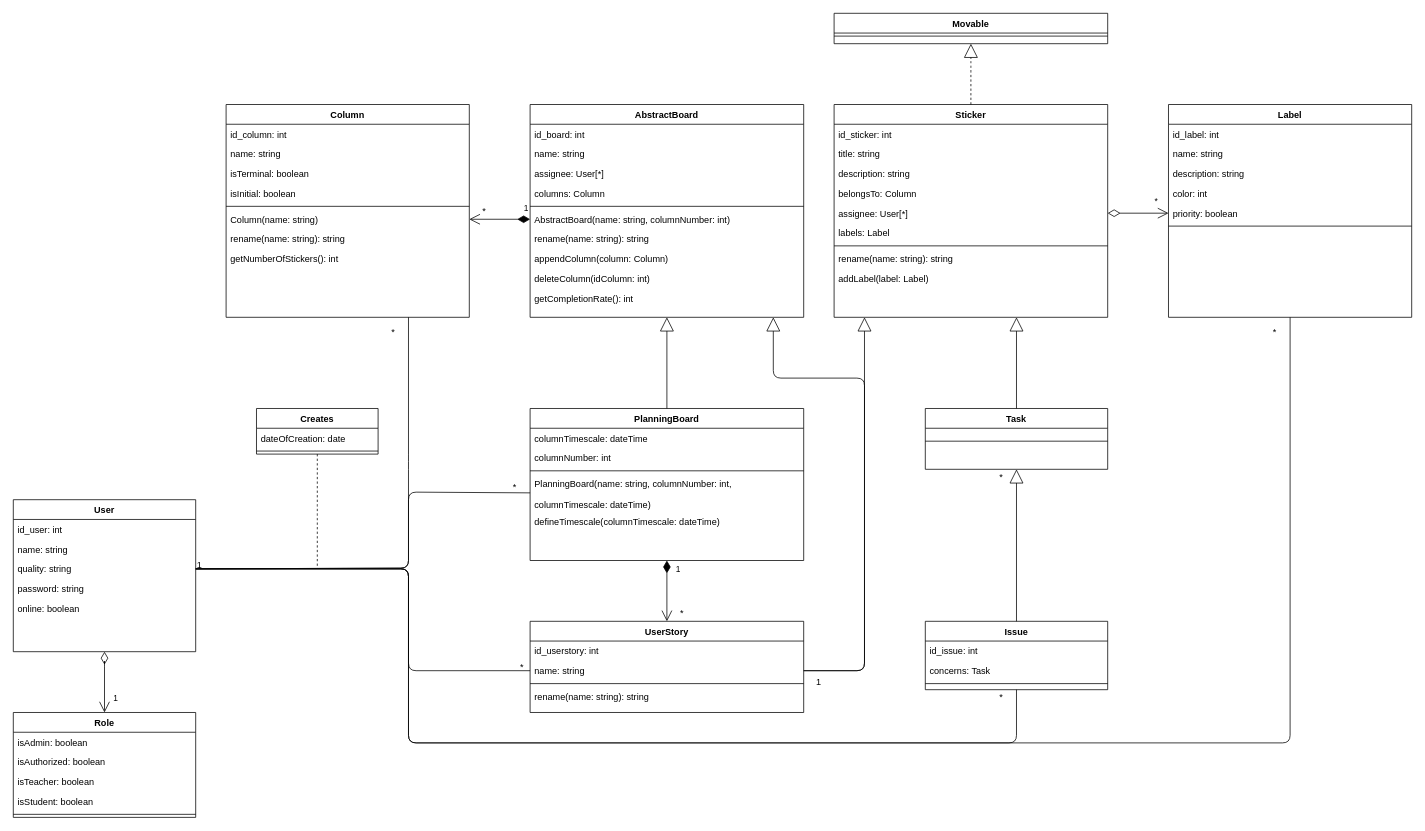
Above: Diagrams/Class Diagram.drawio in RedaPengam/Boardy (draw.io), before the change. Source tidied: cells renumbered, new cells numbered last; positions are measured from the earlier drawing's top-left corner, leaving out a move shared by most shapes. Both pictures are drawn from the tidied source at 76%, with x=0, y=0 at pixel (13, 13).
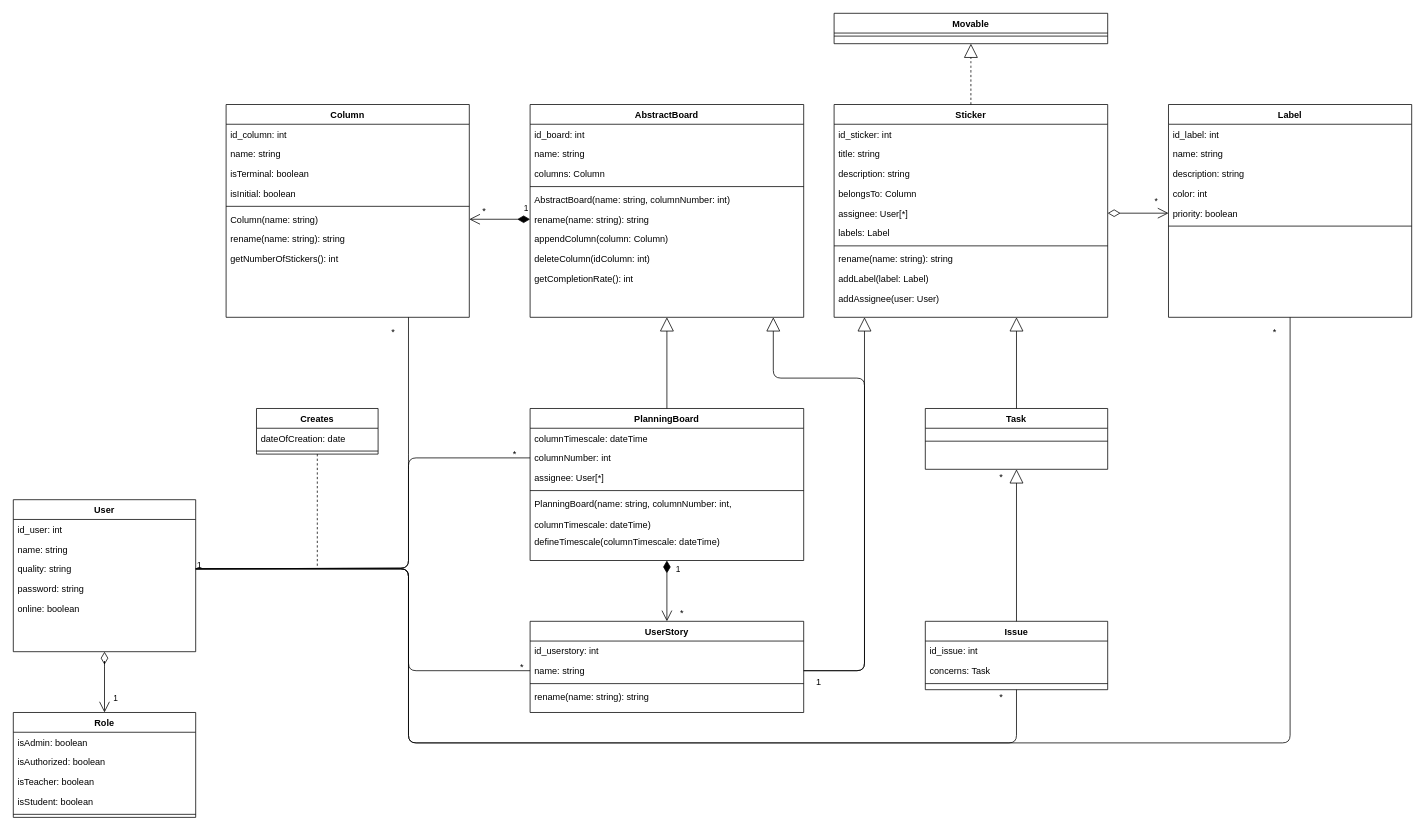
The same diagram, later.

Unchanged cells that the change refers to:
```xml
<mxCell id="5" value="quality: string" style="text;align=left;verticalAlign=top;spacingLeft=4;spacingRight=4;overflow=hidden;points=[[0,0.5],[1,0.5]];portConstraint=eastwest;rounded=0;shadow=0;html=0;" parent="2" vertex="1">
  <mxGeometry y="78" width="240" height="26" as="geometry" />
</mxCell>
<mxCell id="8" value="AbstractBoard" style="swimlane;fontStyle=1;align=center;verticalAlign=top;horizontal=1;startSize=26;rounded=0;shadow=0;strokeWidth=1;" parent="1" vertex="1">
  <mxGeometry x="680" y="120" width="360" height="280" as="geometry" />
</mxCell>
<mxCell id="19" value="PlanningBoard" style="swimlane;fontStyle=1;align=center;verticalAlign=top;horizontal=1;startSize=26;rounded=0;shadow=0;strokeWidth=1;" parent="1" vertex="1">
  <mxGeometry x="680" y="520" width="360" height="200" as="geometry" />
</mxCell>
<mxCell id="21" value="columnNumber: int" style="text;align=left;verticalAlign=top;spacingLeft=4;spacingRight=4;overflow=hidden;points=[[0,0.5],[1,0.5]];portConstraint=eastwest;rounded=0;shadow=0;html=0;" parent="19" vertex="1">
  <mxGeometry y="52" width="360" height="26" as="geometry" />
</mxCell>
<mxCell id="30" value="Sticker" style="swimlane;fontStyle=1;align=center;verticalAlign=top;horizontal=1;startSize=26;rounded=0;shadow=0;strokeWidth=1;" parent="1" vertex="1">
  <mxGeometry x="1080" y="120" width="360" height="280" as="geometry" />
</mxCell>
<mxCell id="67" value="Column(name: string)" style="text;align=left;verticalAlign=top;spacingLeft=4;spacingRight=4;overflow=hidden;points=[[0,0.5],[1,0.5]];portConstraint=eastwest;" parent="61" vertex="1">
  <mxGeometry y="138" width="320" height="26" as="geometry" />
</mxCell>
```

The edit, as a diff of the source:
```diff
@@
-    <mxCell id="11" value="assignee: User[*]" style="text;align=left;verticalAlign=top;spacingLeft=4;spacingRight=4;overflow=hidden;rounded=0;shadow=0;html=0;" parent="8" vertex="1">
-      <mxGeometry y="78" width="360" height="26" as="geometry" />
-    </mxCell>
     <mxCell id="12" value="columns: Column" style="text;align=left;verticalAlign=top;spacingLeft=4;spacingRight=4;overflow=hidden;rounded=0;shadow=0;html=0;" parent="8" vertex="1">
-      <mxGeometry y="104" width="360" height="26" as="geometry" />
+      <mxGeometry y="78" width="360" height="26" as="geometry" />
     </mxCell>
     <mxCell id="13" style="line;html=1;strokeWidth=1;align=left;verticalAlign=middle;spacingTop=-1;spacingLeft=3;spacingRight=3;labelPosition=right;" parent="8" vertex="1">
-      <mxGeometry y="130" width="360" height="8" as="geometry" />
+      <mxGeometry y="104" width="360" height="8" as="geometry" />
     </mxCell>
     <mxCell id="14" value="AbstractBoard(name: string, columnNumber: int)" style="text;align=left;verticalAlign=top;spacingLeft=4;spacingRight=4;overflow=hidden;points=[[0,0.5],[1,0.5]];portConstraint=eastwest;" parent="8" vertex="1">
-      <mxGeometry y="138" width="360" height="26" as="geometry" />
+      <mxGeometry y="112" width="360" height="26" as="geometry" />
     </mxCell>
     <mxCell id="15" value="rename(name: string): string" style="text;align=left;verticalAlign=top;spacingLeft=4;spacingRight=4;overflow=hidden;points=[[0,0.5],[1,0.5]];portConstraint=eastwest;" parent="8" vertex="1">
-      <mxGeometry y="164" width="360" height="26" as="geometry" />
+      <mxGeometry y="138" width="360" height="26" as="geometry" />
     </mxCell>
     <mxCell id="16" value="appendColumn(column: Column)" style="text;align=left;verticalAlign=top;spacingLeft=4;spacingRight=4;overflow=hidden;" parent="8" vertex="1">
-      <mxGeometry y="190" width="360" height="26" as="geometry" />
+      <mxGeometry y="164" width="360" height="26" as="geometry" />
     </mxCell>
     <mxCell id="17" value="deleteColumn(idColumn: int)" style="text;align=left;verticalAlign=top;spacingLeft=4;spacingRight=4;overflow=hidden;" parent="8" vertex="1">
-      <mxGeometry y="216" width="360" height="26" as="geometry" />
+      <mxGeometry y="190" width="360" height="26" as="geometry" />
     </mxCell>
     <mxCell id="18" value="getCompletionRate(): int" style="text;align=left;verticalAlign=top;spacingLeft=4;spacingRight=4;overflow=hidden;rounded=0;shadow=0;html=0;" parent="8" vertex="1">
-      <mxGeometry y="242" width="360" height="26" as="geometry" />
+      <mxGeometry y="216" width="360" height="26" as="geometry" />
     </mxCell>
@@
+    <mxCell id="11" value="assignee: User[*]" style="text;align=left;verticalAlign=top;spacingLeft=4;spacingRight=4;overflow=hidden;rounded=0;shadow=0;html=0;" parent="19" vertex="1">
+      <mxGeometry y="78" width="360" height="26" as="geometry" />
+    </mxCell>
     <mxCell id="22" style="line;html=1;strokeWidth=1;align=left;verticalAlign=middle;spacingTop=-1;spacingLeft=3;spacingRight=3;labelPosition=right;" parent="19" vertex="1">
-      <mxGeometry y="78" width="360" height="8" as="geometry" />
+      <mxGeometry y="104" width="360" height="8" as="geometry" />
     </mxCell>
     <mxCell id="23" value="PlanningBoard(name: string, columnNumber: int, &#10;&#10;columnTimescale: dateTime)" style="text;align=left;verticalAlign=top;spacingLeft=4;spacingRight=4;overflow=hidden;points=[[0,0.5],[1,0.5]];portConstraint=eastwest;" parent="19" vertex="1">
-      <mxGeometry y="86" width="360" height="50" as="geometry" />
+      <mxGeometry y="112" width="360" height="50" as="geometry" />
     </mxCell>
     <mxCell id="24" value="defineTimescale(columnTimescale: dateTime)" style="text;align=left;verticalAlign=top;spacingLeft=4;spacingRight=4;overflow=hidden;" parent="19" vertex="1">
-      <mxGeometry y="136" width="360" height="26" as="geometry" />
+      <mxGeometry y="162" width="360" height="26" as="geometry" />
     </mxCell>
@@
+    <mxCell id="99" value="addAssignee(user: User)" style="text;align=left;verticalAlign=top;spacingLeft=4;spacingRight=4;overflow=hidden;" parent="30" vertex="1">
+      <mxGeometry y="242" width="360" height="26" as="geometry" />
+    </mxCell>
@@
-    <mxCell id="87" value="1" style="endArrow=open;html=1;endSize=12;startArrow=diamondThin;startSize=14;startFill=1;edgeStyle=orthogonalEdgeStyle;align=left;verticalAlign=bottom;entryX=1;entryY=0.5;entryDx=0;entryDy=0;exitX=0;exitY=0.5;exitDx=0;exitDy=0;" parent="1" edge="1" source="14" target="67">
+    <mxCell id="87" value="1" style="endArrow=open;html=1;endSize=12;startArrow=diamondThin;startSize=14;startFill=1;edgeStyle=orthogonalEdgeStyle;align=left;verticalAlign=bottom;entryX=1;entryY=0.5;entryDx=0;entryDy=0;exitX=0;exitY=0.5;exitDx=0;exitDy=0;" parent="1" edge="1" source="15" target="67">
       <mxGeometry x="-0.75" y="-5" relative="1" as="geometry" />
     </mxCell>
@@
-    <mxCell id="89" style="endArrow=none;html=1;entryX=0;entryY=0.5;entryDx=0;entryDy=0;exitX=1;exitY=0.5;exitDx=0;exitDy=0;" parent="1" edge="1" source="5" target="23">
+    <mxCell id="89" style="endArrow=none;html=1;entryX=0;entryY=0.5;entryDx=0;entryDy=0;exitX=1;exitY=0.5;exitDx=0;exitDy=0;" parent="1" edge="1" source="5" target="21">
       <mxGeometry relative="1" as="geometry">
         <Array as="points">
           <mxPoint x="520" y="730" />
-          <mxPoint x="520" y="630" />
+          <mxPoint x="520" y="585" />
         </Array>
       </mxGeometry>
     </mxCell>
@@
     <mxCell id="93" value="*" style="text;html=1;strokeColor=none;fillColor=none;align=center;verticalAlign=middle;whiteSpace=wrap;rounded=0;" parent="1" vertex="1">
-      <mxGeometry x="640" y="614" width="40" height="20" as="geometry" />
+      <mxGeometry x="640" y="570" width="40" height="20" as="geometry" />
     </mxCell>
```
